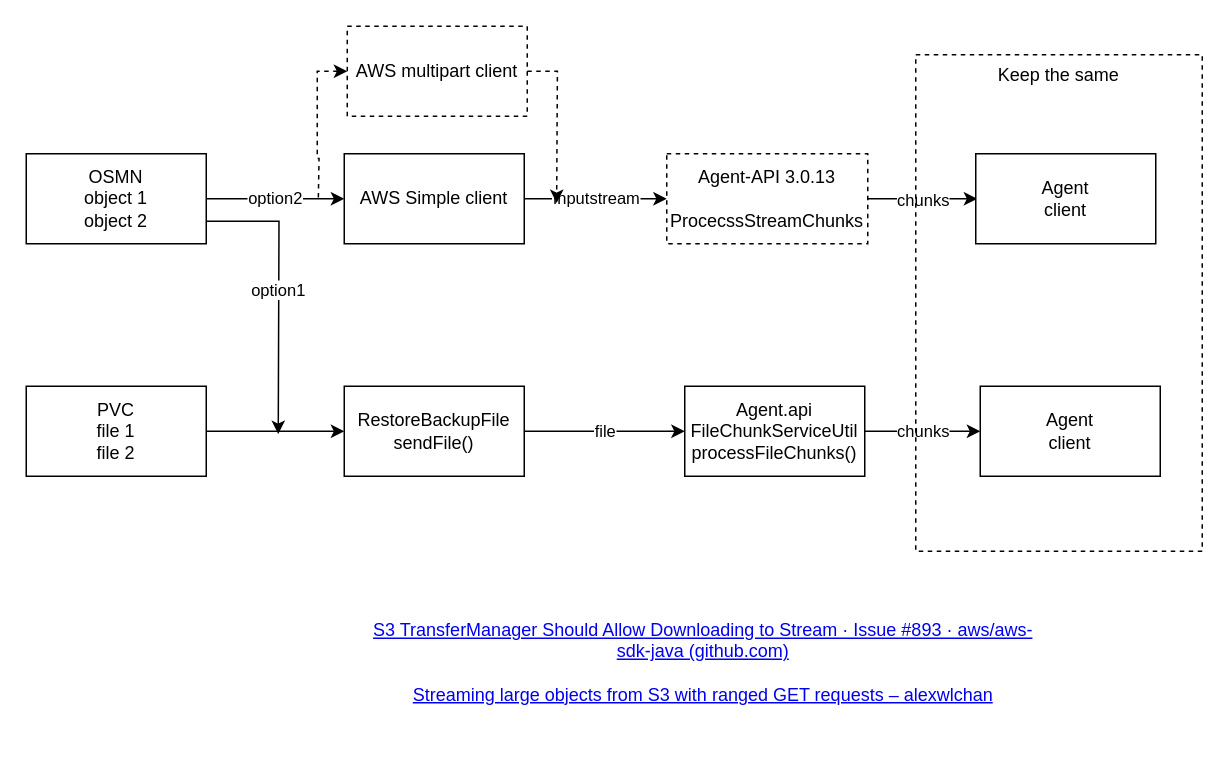
Albert-W/Draw_io keeps this draw.io diagram as retrive backup demo.drawio. Above is the earlier version. Source tidied: cells renumbered, new cells numbered last; positions are measured from the earlier drawing's top-left corner, leaving out a move shared by most shapes. Both pictures are drawn from the tidied source at 150%, with x=0, y=0 at pixel (26, 26).
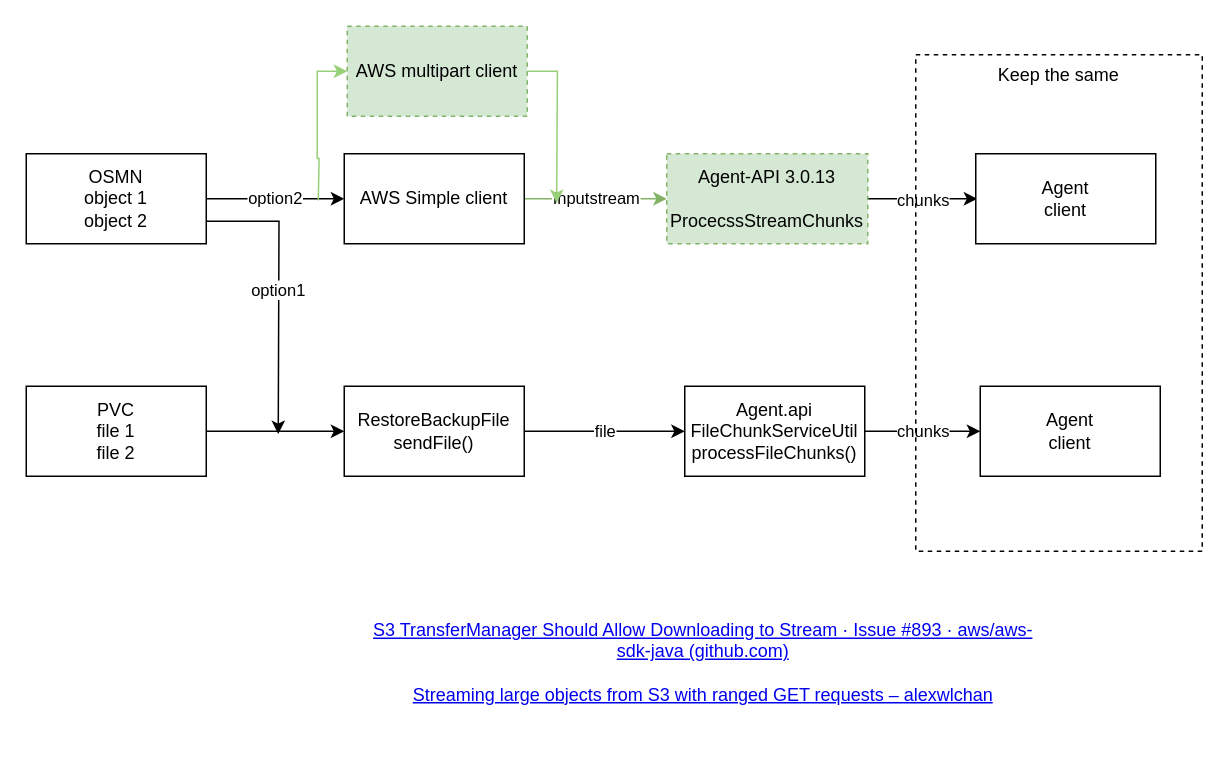
Above is the later version.

The change refers to these unchanged cells:
```xml
<mxCell id="13" value="AWS Simple client" style="rounded=0;whiteSpace=wrap;html=1;" parent="1" vertex="1">
  <mxGeometry x="212" y="85" width="120" height="60" as="geometry" />
</mxCell>
```

The edit, as a diff of the source:
```diff
@@
-    <mxCell id="12" value="Inputstream" style="edgeStyle=orthogonalEdgeStyle;rounded=0;jettySize=auto;html=1;exitX=1;exitY=0.5;exitDx=0;exitDy=0;entryX=0;entryY=0.5;entryDx=0;entryDy=0;" parent="1" edge="1" source="13" target="15">
+    <mxCell id="12" value="Inputstream" style="edgeStyle=orthogonalEdgeStyle;rounded=0;jettySize=auto;html=1;exitX=1;exitY=0.5;exitDx=0;exitDy=0;entryX=0;entryY=0.5;entryDx=0;entryDy=0;fillColor=#d5e8d4;strokeColor=#82b366;" parent="1" edge="1" source="13" target="15">
       <mxGeometry relative="1" as="geometry" />
     </mxCell>
@@
-    <mxCell id="15" value="&lt;div&gt;Agent-API 3.0.13&lt;/div&gt;&lt;div&gt;&lt;br&gt;&lt;/div&gt;&lt;div&gt;ProcecssStreamChunks&lt;/div&gt;" style="rounded=0;whiteSpace=wrap;html=1;dashed=1;" parent="1" vertex="1">
+    <mxCell id="15" value="&lt;div&gt;Agent-API 3.0.13&lt;/div&gt;&lt;div&gt;&lt;br&gt;&lt;/div&gt;&lt;div&gt;ProcecssStreamChunks&lt;/div&gt;" style="rounded=0;whiteSpace=wrap;html=1;dashed=1;fillColor=#d5e8d4;strokeColor=#82b366;" parent="1" vertex="1">
       <mxGeometry x="427" y="85" width="134" height="60" as="geometry" />
     </mxCell>
@@
-    <mxCell id="18" style="edgeStyle=orthogonalEdgeStyle;rounded=0;jettySize=auto;html=1;exitX=1;exitY=0.5;exitDx=0;exitDy=0;dashed=1;" parent="1" edge="1" source="20">
+    <mxCell id="18" style="edgeStyle=orthogonalEdgeStyle;rounded=0;jettySize=auto;html=1;exitX=1;exitY=0.5;exitDx=0;exitDy=0;strokeColor=#97D077;" parent="1" edge="1" source="20">
       <mxGeometry relative="1" as="geometry">
         <mxPoint x="353.6" y="117.9" as="targetPoint" />
       </mxGeometry>
     </mxCell>
-    <mxCell id="19" style="edgeStyle=orthogonalEdgeStyle;rounded=0;jettySize=auto;html=1;exitX=0;exitY=0.5;exitDx=0;exitDy=0;startArrow=classic;startFill=1;endArrow=none;endFill=0;dashed=1;" parent="1" edge="1" source="20">
+    <mxCell id="19" style="edgeStyle=orthogonalEdgeStyle;rounded=0;jettySize=auto;html=1;exitX=0;exitY=0.5;exitDx=0;exitDy=0;startArrow=classic;startFill=1;endArrow=none;endFill=0;strokeColor=#97D077;" parent="1" edge="1" source="20">
       <mxGeometry relative="1" as="geometry">
         <mxPoint x="194.7" y="116.2" as="targetPoint" />
       </mxGeometry>
     </mxCell>
-    <mxCell id="20" value="AWS multipart client" style="rounded=0;whiteSpace=wrap;html=1;dashed=1;fillColor=none;" parent="1" vertex="1">
+    <mxCell id="20" value="AWS multipart client" style="rounded=0;whiteSpace=wrap;html=1;dashed=1;fillColor=#d5e8d4;strokeColor=#82b366;" parent="1" vertex="1">
       <mxGeometry x="214" width="120" height="60" as="geometry" />
     </mxCell>
```
